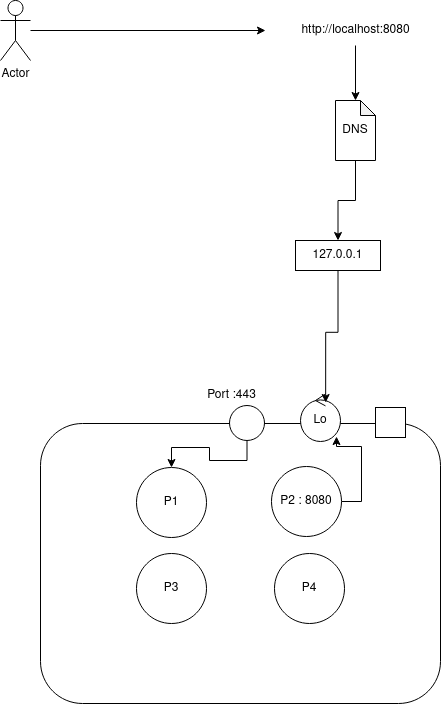
The draw.io diagram Loopback.drawio.png in Masum-Osman/diagrams.io-draws, before a commit. Source tidied: cells renumbered, new cells last; positions are measured from the earlier drawing's top-left corner, leaving out a move shared by most shapes.
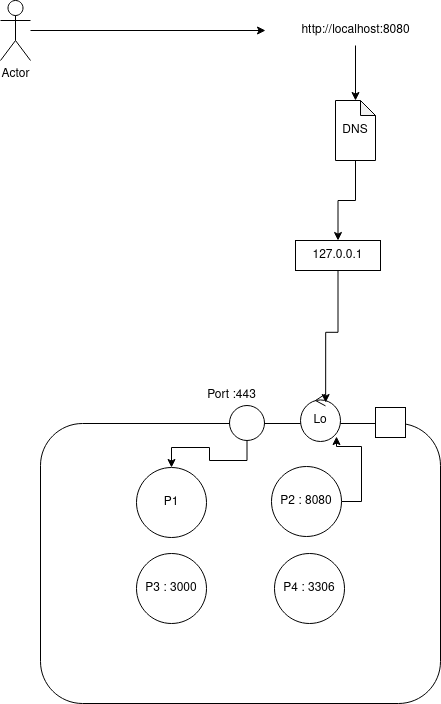
The same diagram one commit later.

What changed in the source:
```diff
@@ -28,10 +28,10 @@
     <mxCell id="9" value="P2 : 8080" style="ellipse;whiteSpace=wrap;html=1;" parent="1" vertex="1">
       <mxGeometry x="271" y="466" width="70" height="70" as="geometry" />
     </mxCell>
-    <mxCell id="10" value="P3" style="ellipse;whiteSpace=wrap;html=1;" parent="1" vertex="1">
+    <mxCell id="10" value="P3 : 3000" style="ellipse;whiteSpace=wrap;html=1;" parent="1" vertex="1">
       <mxGeometry x="136" y="553" width="70" height="70" as="geometry" />
     </mxCell>
-    <mxCell id="11" value="P4" style="ellipse;whiteSpace=wrap;html=1;" parent="1" vertex="1">
+    <mxCell id="11" value="P4 : 3306" style="ellipse;whiteSpace=wrap;html=1;" parent="1" vertex="1">
       <mxGeometry x="274" y="553" width="70" height="70" as="geometry" />
     </mxCell>
     <mxCell id="12" style="edgeStyle=orthogonalEdgeStyle;rounded=0;jettySize=auto;html=1;exitX=0.5;exitY=1;exitDx=0;exitDy=0;" parent="1" edge="1" source="13" target="7">
```
